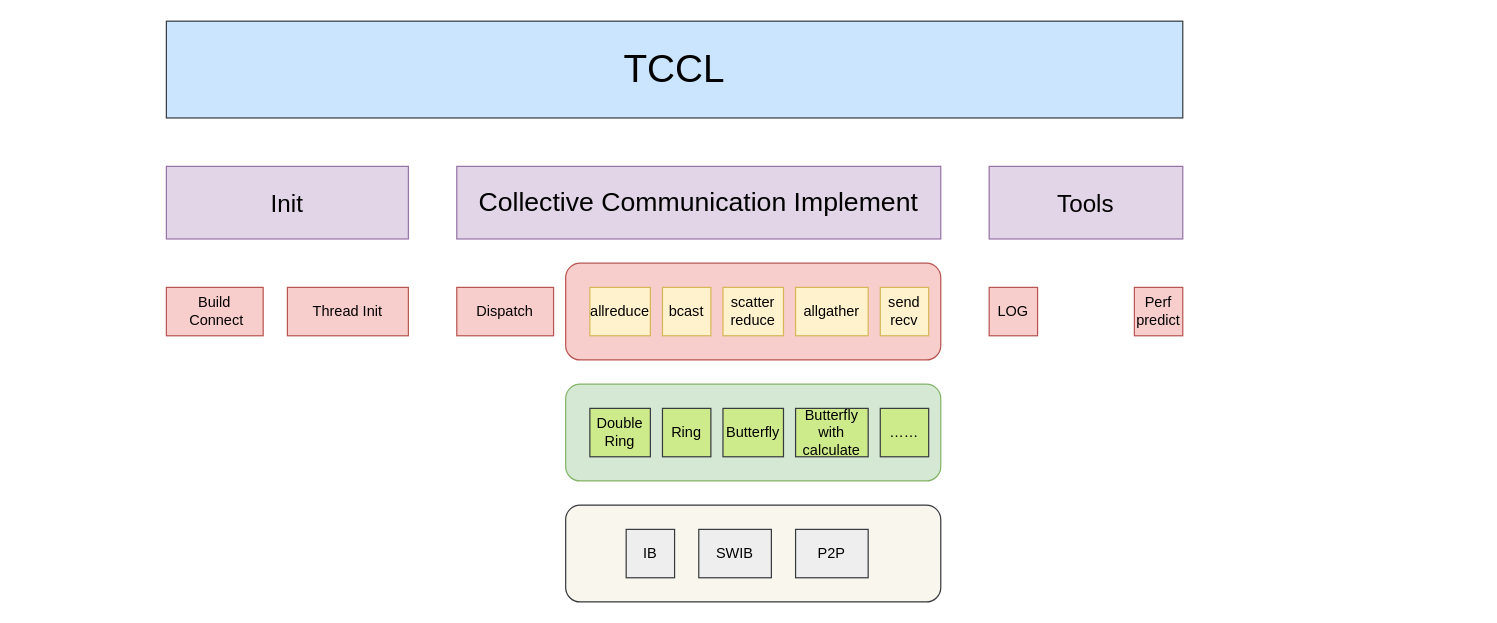
BEYHHH/SBLP keeps this draw.io diagram as TCCL/TCCL_ARCH/TCCLSoftwareArch2023.drawio. Above is the earlier version. Source tidied: cells renumbered, new cells numbered last; positions are measured from the earlier drawing's top-left corner, leaving out a move shared by most shapes. Both pictures are drawn from the tidied source at 121%, with x=0, y=0 at pixel (166, 21).
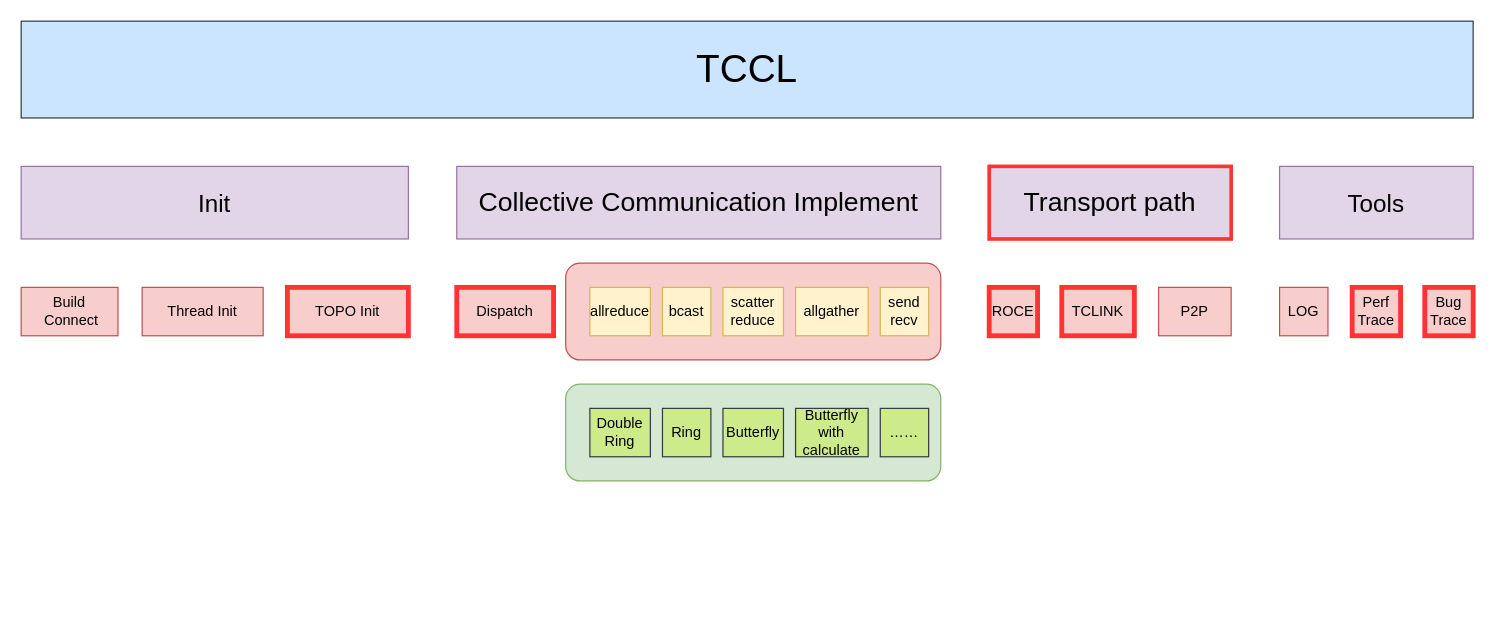
The same page after the edit.

Diff of the diagram source:
```diff
@@
-    <mxCell id="2" style="rounded=1;whiteSpace=wrap;html=1;fillColor=#f9f7ed;strokeColor=#36393d;" parent="1" vertex="1">
-      <mxGeometry x="330" y="400" width="310" height="80" as="geometry" />
-    </mxCell>
-    <mxCell id="3" style="rounded=1;whiteSpace=wrap;html=1;fillColor=#f8cecc;strokeColor=#b85450;" parent="1" vertex="1">
-      <mxGeometry x="330" y="200" width="310" height="80" as="geometry" />
-    </mxCell>
+    <mxCell id="27" style="rounded=1;whiteSpace=wrap;html=1;fillColor=#f8cecc;strokeColor=#b85450;" parent="1" vertex="1">
+      <mxGeometry x="330" y="200" width="310" height="80" as="geometry" />
+    </mxCell>
     <mxCell id="4" value="&lt;font style=&quot;font-size: 32px;&quot;&gt;TCCL&lt;/font&gt;" style="rounded=0;whiteSpace=wrap;html=1;fillColor=#cce5ff;strokeColor=#36393d;" parent="1" vertex="1">
-      <mxGeometry width="840" height="80" as="geometry" />
+      <mxGeometry x="-120" width="1200" height="80" as="geometry" />
     </mxCell>
     <mxCell id="5" value="Init" style="rounded=0;whiteSpace=wrap;html=1;fillColor=#e1d5e7;strokeColor=#9673a6;fontSize=20;" parent="1" vertex="1">
-      <mxGeometry y="120" width="200" height="60" as="geometry" />
+      <mxGeometry x="-120" y="120" width="320" height="60" as="geometry" />
     </mxCell>
     <mxCell id="6" value="Tools" style="rounded=0;whiteSpace=wrap;html=1;fillColor=#e1d5e7;strokeColor=#9673a6;fontSize=20;" parent="1" vertex="1">
-      <mxGeometry x="680" y="120" width="160" height="60" as="geometry" />
+      <mxGeometry x="920" y="120" width="160" height="60" as="geometry" />
     </mxCell>
     <mxCell id="7" value="LOG" style="rounded=0;whiteSpace=wrap;html=1;fillColor=#f8cecc;strokeColor=#b85450;" parent="1" vertex="1">
-      <mxGeometry x="680" y="220" width="40" height="40" as="geometry" />
+      <mxGeometry x="920" y="220" width="40" height="40" as="geometry" />
     </mxCell>
+    <mxCell id="28" value="Perf Trace" style="rounded=0;whiteSpace=wrap;html=1;fillColor=#f8cecc;strokeColor=#FF3333;strokeWidth=4;" parent="1" vertex="1">
+      <mxGeometry x="980" y="220" width="40" height="40" as="geometry" />
+    </mxCell>
+    <mxCell id="29" value="&lt;font style=&quot;font-size: 22px;&quot;&gt;Transport path&lt;/font&gt;" style="rounded=0;whiteSpace=wrap;html=1;fillColor=#e1d5e7;strokeColor=#FF3333;fontSize=21;strokeWidth=3;" parent="1" vertex="1">
+      <mxGeometry x="680" y="120" width="200" height="60" as="geometry" />
+    </mxCell>
-    <mxCell id="8" value="Dispatch" style="rounded=0;whiteSpace=wrap;html=1;fillColor=#f8cecc;strokeColor=#b85450;" parent="1" vertex="1">
+    <mxCell id="8" value="Dispatch" style="rounded=0;whiteSpace=wrap;html=1;fillColor=#f8cecc;strokeColor=#FF3333;strokeWidth=4;" parent="1" vertex="1">
       <mxGeometry x="240" y="220" width="80" height="40" as="geometry" />
     </mxCell>
@@
-    <mxCell id="10" value="IB" style="rounded=0;whiteSpace=wrap;html=1;fillColor=#eeeeee;strokeColor=#36393d;" parent="1" vertex="1">
-      <mxGeometry x="380" y="420" width="40" height="40" as="geometry" />
-    </mxCell>
-    <mxCell id="11" value="SWIB" style="rounded=0;whiteSpace=wrap;html=1;fillColor=#eeeeee;strokeColor=#36393d;" parent="1" vertex="1">
-      <mxGeometry x="440" y="420" width="60" height="40" as="geometry" />
-    </mxCell>
+    <mxCell id="30" value="ROCE" style="rounded=0;whiteSpace=wrap;html=1;fillColor=#f8cecc;strokeColor=#FF3333;strokeWidth=4;" parent="1" vertex="1">
+      <mxGeometry x="680" y="220" width="40" height="40" as="geometry" />
+    </mxCell>
+    <mxCell id="31" value="TCLINK" style="rounded=0;whiteSpace=wrap;html=1;fillColor=#f8cecc;strokeColor=#FF3333;strokeWidth=4;" parent="1" vertex="1">
+      <mxGeometry x="740" y="220" width="60" height="40" as="geometry" />
+    </mxCell>
-    <mxCell id="12" value="P2P" style="rounded=0;whiteSpace=wrap;html=1;fillColor=#eeeeee;strokeColor=#36393d;" parent="1" vertex="1">
-      <mxGeometry x="520" y="420" width="60" height="40" as="geometry" />
+    <mxCell id="12" value="P2P" style="rounded=0;whiteSpace=wrap;html=1;fillColor=#f8cecc;strokeColor=#b85450;" parent="1" vertex="1">
+      <mxGeometry x="820" y="220" width="60" height="40" as="geometry" />
     </mxCell>
@@
     <mxCell id="18" value="Thread Init" style="rounded=0;whiteSpace=wrap;html=1;fillColor=#f8cecc;strokeColor=#b85450;" parent="1" vertex="1">
-      <mxGeometry x="100" y="220" width="100" height="40" as="geometry" />
+      <mxGeometry x="-20" y="220" width="100" height="40" as="geometry" />
     </mxCell>
     <mxCell id="19" value="Build&lt;br&gt;&amp;nbsp;Connect" style="rounded=0;whiteSpace=wrap;html=1;fillColor=#f8cecc;strokeColor=#b85450;" parent="1" vertex="1">
-      <mxGeometry y="220" width="80" height="40" as="geometry" />
+      <mxGeometry x="-120" y="220" width="80" height="40" as="geometry" />
     </mxCell>
-    <mxCell id="20" value="Perf&lt;br&gt;predict" style="rounded=0;whiteSpace=wrap;html=1;fillColor=#f8cecc;strokeColor=#b85450;" parent="1" vertex="1">
-      <mxGeometry x="800" y="220" width="40" height="40" as="geometry" />
-    </mxCell>
-    <mxCell id="21" style="rounded=1;whiteSpace=wrap;html=1;fillColor=#d5e8d4;strokeColor=#82b366;" parent="1" vertex="1">
-      <mxGeometry x="330" y="300" width="310" height="80" as="geometry" />
-    </mxCell>
+    <mxCell id="32" value="Bug&lt;div&gt;Trace&lt;/div&gt;" style="rounded=0;whiteSpace=wrap;html=1;fillColor=#f8cecc;strokeColor=#FF3333;strokeWidth=4;" parent="1" vertex="1">
+      <mxGeometry x="1040" y="220" width="40" height="40" as="geometry" />
+    </mxCell>
+    <mxCell id="33" value="TOPO Init" style="rounded=0;whiteSpace=wrap;html=1;fillColor=#f8cecc;strokeColor=#FF3333;strokeWidth=4;" parent="1" vertex="1">
+      <mxGeometry x="100" y="220" width="100" height="40" as="geometry" />
+    </mxCell>
+    <mxCell id="34" style="rounded=1;whiteSpace=wrap;html=1;fillColor=#d5e8d4;strokeColor=#82b366;" parent="1" vertex="1">
+      <mxGeometry x="330" y="300" width="310" height="80" as="geometry" />
+    </mxCell>
```
